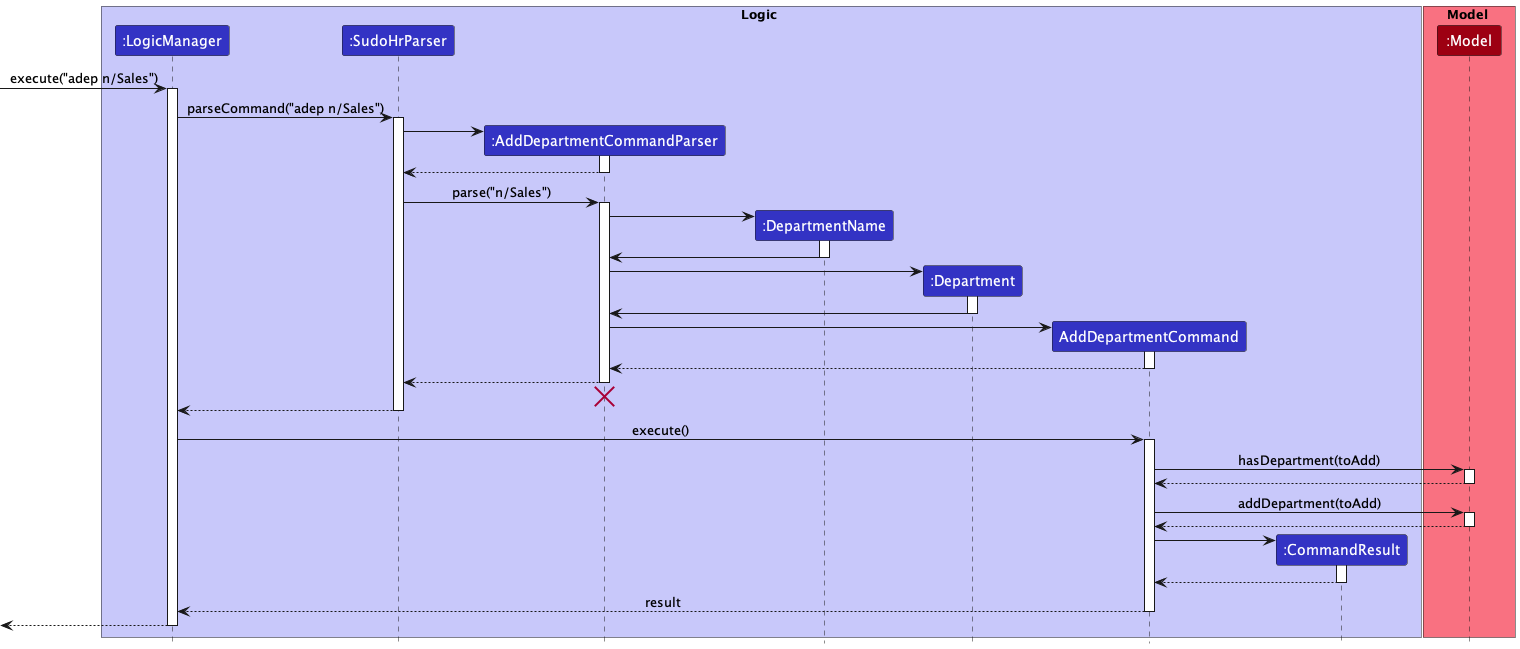
Before: docs/images/commands/department/AddDepartmentSequenceDiagram.png, a diagram exported from PlantUML (nus-cs2103-AY2223S2/tp).
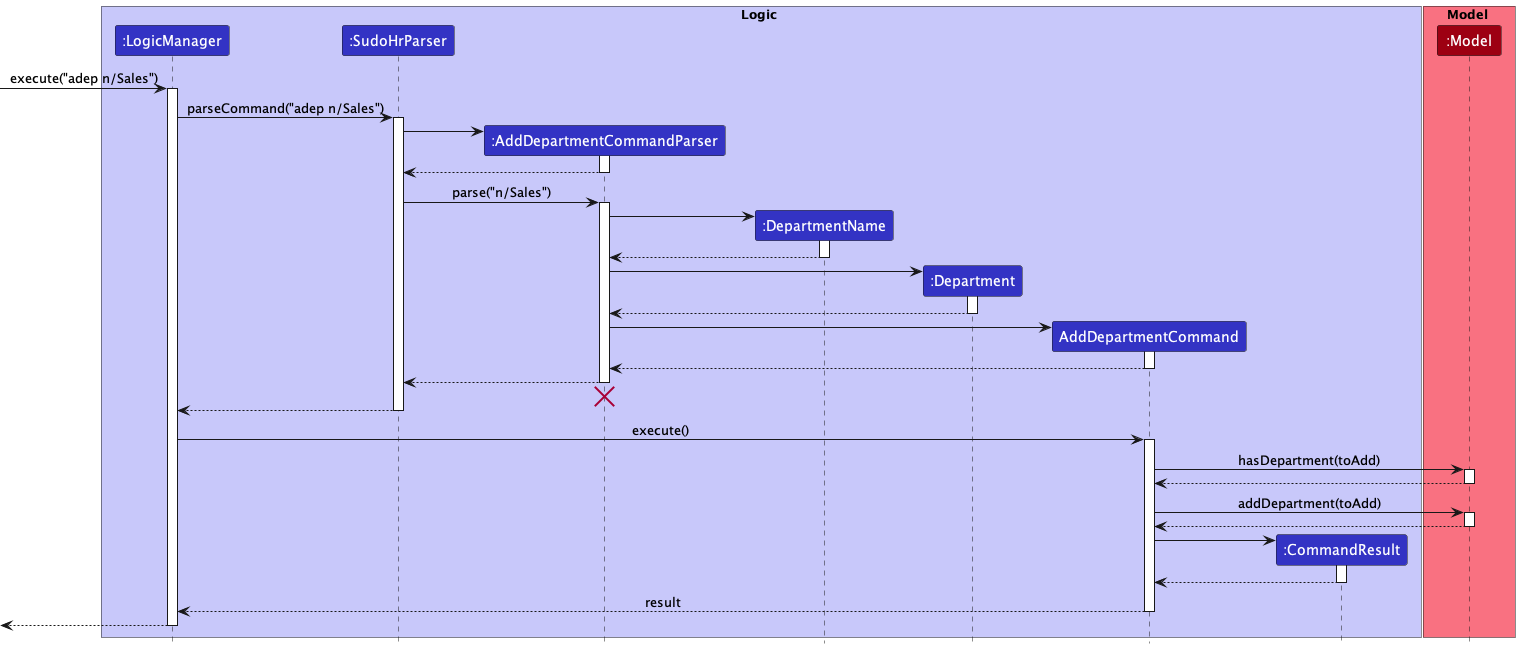
After the change.

What changed in the source:
```diff
@@ -35,13 +35,13 @@
 AddDepartmentCommandParser -> DepartmentName
 activate DepartmentName
 
-DepartmentName -> AddDepartmentCommandParser
+DepartmentName --> AddDepartmentCommandParser
 deactivate
 
 create Department
 AddDepartmentCommandParser -> Department
 activate Department
-Department -> AddDepartmentCommandParser
+Department --> AddDepartmentCommandParser
 deactivate
 
 create AddDepartmentCommand
```
